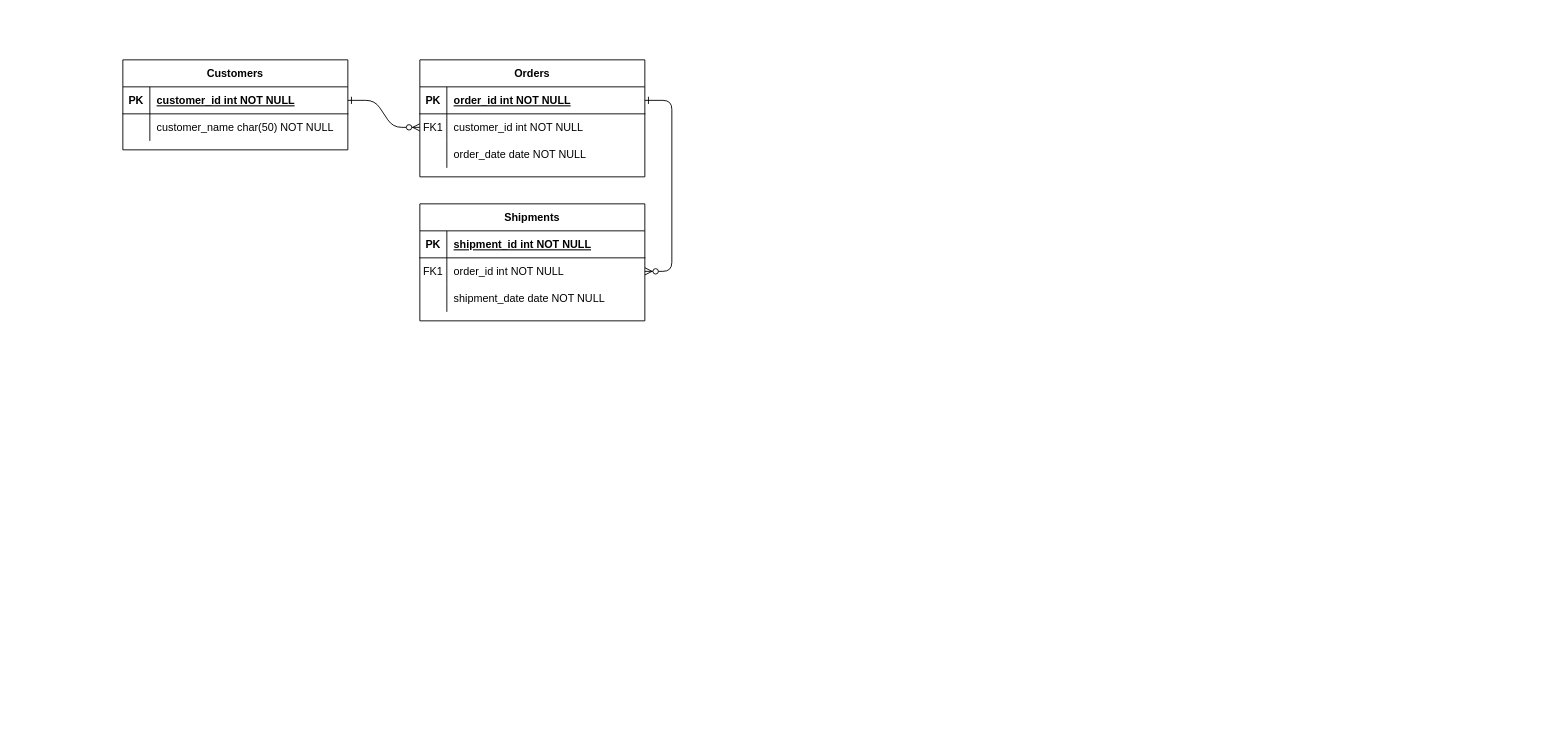
Above: ERD_classwork8.drawio in jacksoes/ERD-HW-11-4 (draw.io), before the change. Source tidied: cells renumbered, new cells numbered last; positions are measured from the earlier drawing's top-left corner, leaving out a move shared by most shapes. Both pictures are drawn from the tidied source at 90%, with x=0, y=0 at pixel (122, 59).
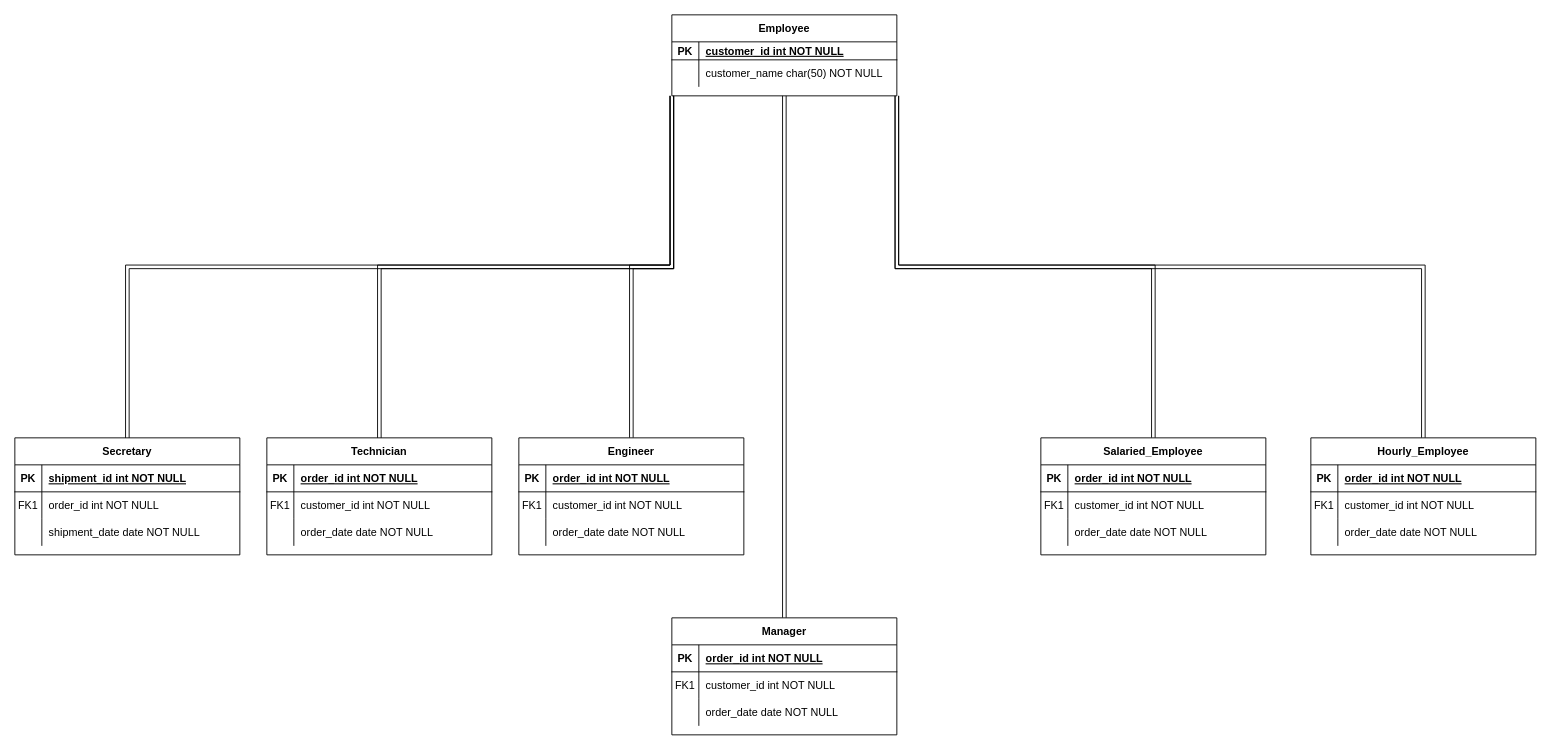
The same diagram, later.

The change refers to these unchanged cells:
```xml
<mxCell id="5" style="shape=partialRectangle;fillColor=none;points=[[0,0.5],[1,0.5]];portConstraint=eastwest;top=0;left=0;right=0;bottom=1;" parent="4" vertex="1">
  <mxGeometry y="30" width="250" height="30" as="geometry" />
</mxCell>
<mxCell id="8" style="shape=partialRectangle;fillColor=none;points=[[0,0.5],[1,0.5]];portConstraint=eastwest;top=0;left=0;right=0;bottom=0;" parent="4" vertex="1">
  <mxGeometry y="60" width="250" height="30" as="geometry" />
</mxCell>
<mxCell id="18" style="shape=partialRectangle;fillColor=none;points=[[0,0.5],[1,0.5]];portConstraint=eastwest;top=0;left=0;right=0;bottom=0;" parent="14" vertex="1">
  <mxGeometry y="60" width="250" height="30" as="geometry" />
</mxCell>
```

Diff of the diagram source:
```diff
@@
-    <mxCell id="2" style="edgeStyle=entityRelationEdgeStyle;endArrow=ERzeroToMany;startArrow=ERone;endFill=1;startFill=0;" parent="1" edge="1" source="25" target="8">
-      <mxGeometry relative="1" as="geometry" />
-    </mxCell>
-    <mxCell id="3" style="edgeStyle=entityRelationEdgeStyle;endArrow=ERzeroToMany;startArrow=ERone;endFill=1;startFill=0;" parent="1" edge="1" source="5" target="18">
-      <mxGeometry relative="1" as="geometry" />
-    </mxCell>
-    <mxCell id="4" value="Orders" style="shape=table;startSize=30;childLayout=tableLayout;rowLines=0;fontStyle=1;align=center;" parent="1" vertex="1">
-      <mxGeometry x="330" width="250" height="130" as="geometry" />
+    <mxCell id="4" value="Technician" style="shape=table;startSize=30;childLayout=tableLayout;rowLines=0;fontStyle=1;align=center;" parent="1" vertex="1">
+      <mxGeometry x="160" y="420" width="250" height="130" as="geometry" />
     </mxCell>
@@
-    <mxCell id="14" value="Shipments" style="shape=table;startSize=30;childLayout=tableLayout;rowLines=0;fontStyle=1;align=center;" parent="1" vertex="1">
-      <mxGeometry x="330" y="160" width="250" height="130" as="geometry" />
+    <mxCell id="14" value="Secretary" style="shape=table;startSize=30;childLayout=tableLayout;rowLines=0;fontStyle=1;align=center;" parent="1" vertex="1">
+      <mxGeometry x="-120" y="420" width="250" height="130" as="geometry" />
     </mxCell>
@@
+    <mxCell id="31" style="edgeStyle=orthogonalEdgeStyle;rounded=0;jettySize=auto;html=1;exitX=0;exitY=1;exitDx=0;exitDy=0;entryX=0.5;entryY=0;entryDx=0;entryDy=0;shape=link;" parent="1" edge="1" source="24" target="14">
+      <mxGeometry relative="1" as="geometry" />
+    </mxCell>
+    <mxCell id="32" style="edgeStyle=orthogonalEdgeStyle;rounded=0;jettySize=auto;html=1;exitX=0;exitY=1;exitDx=0;exitDy=0;entryX=0.5;entryY=0;entryDx=0;entryDy=0;shape=link;" parent="1" edge="1" source="24" target="4">
+      <mxGeometry relative="1" as="geometry" />
+    </mxCell>
+    <mxCell id="33" style="edgeStyle=orthogonalEdgeStyle;rounded=0;jettySize=auto;html=1;exitX=0;exitY=1;exitDx=0;exitDy=0;entryX=0.5;entryY=0;entryDx=0;entryDy=0;shape=link;" parent="1" edge="1" source="24" target="37">
+      <mxGeometry relative="1" as="geometry" />
+    </mxCell>
+    <mxCell id="34" style="edgeStyle=orthogonalEdgeStyle;rounded=0;jettySize=auto;html=1;exitX=0.5;exitY=1;exitDx=0;exitDy=0;entryX=0.5;entryY=0;entryDx=0;entryDy=0;shape=link;" parent="1" edge="1" source="24" target="47">
+      <mxGeometry relative="1" as="geometry" />
+    </mxCell>
+    <mxCell id="35" style="edgeStyle=orthogonalEdgeStyle;rounded=0;jettySize=auto;html=1;exitX=1;exitY=1;exitDx=0;exitDy=0;entryX=0.5;entryY=0;entryDx=0;entryDy=0;shape=link;" parent="1" edge="1" source="24" target="67">
+      <mxGeometry relative="1" as="geometry" />
+    </mxCell>
+    <mxCell id="36" style="edgeStyle=orthogonalEdgeStyle;rounded=0;jettySize=auto;html=1;exitX=1;exitY=1;exitDx=0;exitDy=0;shape=link;" parent="1" edge="1" source="24" target="57">
+      <mxGeometry relative="1" as="geometry" />
+    </mxCell>
-    <mxCell id="24" value="Customers" style="shape=table;startSize=30;childLayout=tableLayout;rowLines=0;fontStyle=1;align=center;" parent="1" vertex="1">
-      <mxGeometry width="250" height="100" as="geometry" />
+    <mxCell id="24" value="Employee" style="shape=table;startSize=30;childLayout=tableLayout;rowLines=0;fontStyle=1;align=center;" parent="1" vertex="1">
+      <mxGeometry x="610" y="-50" width="250" height="90" as="geometry" />
     </mxCell>
     <mxCell id="25" style="shape=partialRectangle;fillColor=none;points=[[0,0.5],[1,0.5]];portConstraint=eastwest;top=0;left=0;right=0;bottom=1;" parent="24" vertex="1">
-      <mxGeometry y="30" width="250" height="30" as="geometry" />
+      <mxGeometry y="30" width="250" height="20" as="geometry" />
     </mxCell>
     <mxCell id="26" value="PK" style="shape=partialRectangle;overflow=hidden;fillColor=none;top=0;left=0;bottom=0;right=0;fontStyle=1;" parent="25" vertex="1">
-      <mxGeometry width="30" height="30" as="geometry" />
+      <mxGeometry width="30" height="20" as="geometry" />
     </mxCell>
     <mxCell id="27" value="customer_id int NOT NULL " style="shape=partialRectangle;overflow=hidden;fillColor=none;top=0;left=0;bottom=0;right=0;align=left;spacingLeft=6;fontStyle=5;" parent="25" vertex="1">
-      <mxGeometry x="30" width="220" height="30" as="geometry" />
+      <mxGeometry x="30" width="220" height="20" as="geometry" />
     </mxCell>
     <mxCell id="28" style="shape=partialRectangle;fillColor=none;top=0;left=0;right=0;bottom=0;" parent="24" vertex="1">
-      <mxGeometry y="60" width="250" height="30" as="geometry" />
+      <mxGeometry y="50" width="250" height="30" as="geometry" />
     </mxCell>
@@
+    <mxCell id="37" value="Engineer" style="shape=table;startSize=30;childLayout=tableLayout;rowLines=0;fontStyle=1;align=center;" parent="1" vertex="1">
+      <mxGeometry x="440" y="420" width="250" height="130" as="geometry" />
+    </mxCell>
+    <mxCell id="38" style="shape=partialRectangle;fillColor=none;top=0;left=0;right=0;bottom=1;" parent="37" vertex="1">
+      <mxGeometry y="30" width="250" height="30" as="geometry" />
+    </mxCell>
+    <mxCell id="39" value="PK" style="shape=partialRectangle;overflow=hidden;fillColor=none;top=0;left=0;bottom=0;right=0;fontStyle=1;" parent="38" vertex="1">
+      <mxGeometry width="30" height="30" as="geometry" />
+    </mxCell>
+    <mxCell id="40" value="order_id int NOT NULL " style="shape=partialRectangle;overflow=hidden;fillColor=none;top=0;left=0;bottom=0;right=0;align=left;spacingLeft=6;fontStyle=5;" parent="38" vertex="1">
+      <mxGeometry x="30" width="220" height="30" as="geometry" />
+    </mxCell>
+    <mxCell id="41" style="shape=partialRectangle;fillColor=none;top=0;left=0;right=0;bottom=0;" parent="37" vertex="1">
+      <mxGeometry y="60" width="250" height="30" as="geometry" />
+    </mxCell>
+    <mxCell id="42" value="FK1" style="shape=partialRectangle;overflow=hidden;fillColor=none;top=0;left=0;bottom=0;right=0;" parent="41" vertex="1">
+      <mxGeometry width="30" height="30" as="geometry" />
+    </mxCell>
+    <mxCell id="43" value="customer_id int NOT NULL" style="shape=partialRectangle;overflow=hidden;fillColor=none;top=0;left=0;bottom=0;right=0;align=left;spacingLeft=6;" parent="41" vertex="1">
+      <mxGeometry x="30" width="220" height="30" as="geometry" />
+    </mxCell>
+    <mxCell id="44" style="shape=partialRectangle;fillColor=none;top=0;left=0;right=0;bottom=0;" parent="37" vertex="1">
+      <mxGeometry y="90" width="250" height="30" as="geometry" />
+    </mxCell>
+    <mxCell id="45" style="shape=partialRectangle;overflow=hidden;fillColor=none;top=0;left=0;bottom=0;right=0;" parent="44" vertex="1">
+      <mxGeometry width="30" height="30" as="geometry" />
+    </mxCell>
+    <mxCell id="46" value="order_date date NOT NULL" style="shape=partialRectangle;overflow=hidden;fillColor=none;top=0;left=0;bottom=0;right=0;align=left;spacingLeft=6;" parent="44" vertex="1">
+      <mxGeometry x="30" width="220" height="30" as="geometry" />
+    </mxCell>
+    <mxCell id="47" value="Manager" style="shape=table;startSize=30;childLayout=tableLayout;rowLines=0;fontStyle=1;align=center;" parent="1" vertex="1">
+      <mxGeometry x="610" y="620" width="250" height="130" as="geometry" />
+    </mxCell>
+    <mxCell id="48" style="shape=partialRectangle;fillColor=none;top=0;left=0;right=0;bottom=1;" parent="47" vertex="1">
+      <mxGeometry y="30" width="250" height="30" as="geometry" />
+    </mxCell>
+    <mxCell id="49" value="PK" style="shape=partialRectangle;overflow=hidden;fillColor=none;top=0;left=0;bottom=0;right=0;fontStyle=1;" parent="48" vertex="1">
+      <mxGeometry width="30" height="30" as="geometry" />
+    </mxCell>
+    <mxCell id="50" value="order_id int NOT NULL " style="shape=partialRectangle;overflow=hidden;fillColor=none;top=0;left=0;bottom=0;right=0;align=left;spacingLeft=6;fontStyle=5;" parent="48" vertex="1">
+      <mxGeometry x="30" width="220" height="30" as="geometry" />
+    </mxCell>
+    <mxCell id="51" style="shape=partialRectangle;fillColor=none;top=0;left=0;right=0;bottom=0;" parent="47" vertex="1">
+      <mxGeometry y="60" width="250" height="30" as="geometry" />
+    </mxCell>
+    <mxCell id="52" value="FK1" style="shape=partialRectangle;overflow=hidden;fillColor=none;top=0;left=0;bottom=0;right=0;" parent="51" vertex="1">
+      <mxGeometry width="30" height="30" as="geometry" />
+    </mxCell>
+    <mxCell id="53" value="customer_id int NOT NULL" style="shape=partialRectangle;overflow=hidden;fillColor=none;top=0;left=0;bottom=0;right=0;align=left;spacingLeft=6;" parent="51" vertex="1">
+      <mxGeometry x="30" width="220" height="30" as="geometry" />
+    </mxCell>
+    <mxCell id="54" style="shape=partialRectangle;fillColor=none;top=0;left=0;right=0;bottom=0;" parent="47" vertex="1">
+      <mxGeometry y="90" width="250" height="30" as="geometry" />
+    </mxCell>
+    <mxCell id="55" style="shape=partialRectangle;overflow=hidden;fillColor=none;top=0;left=0;bottom=0;right=0;" parent="54" vertex="1">
+      <mxGeometry width="30" height="30" as="geometry" />
+    </mxCell>
+    <mxCell id="56" value="order_date date NOT NULL" style="shape=partialRectangle;overflow=hidden;fillColor=none;top=0;left=0;bottom=0;right=0;align=left;spacingLeft=6;" parent="54" vertex="1">
+      <mxGeometry x="30" width="220" height="30" as="geometry" />
+    </mxCell>
+    <mxCell id="57" value="Salaried_Employee" style="shape=table;startSize=30;childLayout=tableLayout;rowLines=0;fontStyle=1;align=center;" parent="1" vertex="1">
+      <mxGeometry x="1020" y="420" width="250" height="130" as="geometry" />
+    </mxCell>
+    <mxCell id="58" style="shape=partialRectangle;fillColor=none;top=0;left=0;right=0;bottom=1;" parent="57" vertex="1">
+      <mxGeometry y="30" width="250" height="30" as="geometry" />
+    </mxCell>
+    <mxCell id="59" value="PK" style="shape=partialRectangle;overflow=hidden;fillColor=none;top=0;left=0;bottom=0;right=0;fontStyle=1;" parent="58" vertex="1">
+      <mxGeometry width="30" height="30" as="geometry" />
+    </mxCell>
+    <mxCell id="60" value="order_id int NOT NULL " style="shape=partialRectangle;overflow=hidden;fillColor=none;top=0;left=0;bottom=0;right=0;align=left;spacingLeft=6;fontStyle=5;" parent="58" vertex="1">
+      <mxGeometry x="30" width="220" height="30" as="geometry" />
+    </mxCell>
+    <mxCell id="61" style="shape=partialRectangle;fillColor=none;top=0;left=0;right=0;bottom=0;" parent="57" vertex="1">
+      <mxGeometry y="60" width="250" height="30" as="geometry" />
+    </mxCell>
+    <mxCell id="62" value="FK1" style="shape=partialRectangle;overflow=hidden;fillColor=none;top=0;left=0;bottom=0;right=0;" parent="61" vertex="1">
+      <mxGeometry width="30" height="30" as="geometry" />
+    </mxCell>
+    <mxCell id="63" value="customer_id int NOT NULL" style="shape=partialRectangle;overflow=hidden;fillColor=none;top=0;left=0;bottom=0;right=0;align=left;spacingLeft=6;" parent="61" vertex="1">
+      <mxGeometry x="30" width="220" height="30" as="geometry" />
+    </mxCell>
+    <mxCell id="64" style="shape=partialRectangle;fillColor=none;top=0;left=0;right=0;bottom=0;" parent="57" vertex="1">
+      <mxGeometry y="90" width="250" height="30" as="geometry" />
+    </mxCell>
+    <mxCell id="65" style="shape=partialRectangle;overflow=hidden;fillColor=none;top=0;left=0;bottom=0;right=0;" parent="64" vertex="1">
+      <mxGeometry width="30" height="30" as="geometry" />
+    </mxCell>
+    <mxCell id="66" value="order_date date NOT NULL" style="shape=partialRectangle;overflow=hidden;fillColor=none;top=0;left=0;bottom=0;right=0;align=left;spacingLeft=6;" parent="64" vertex="1">
+      <mxGeometry x="30" width="220" height="30" as="geometry" />
+    </mxCell>
+    <mxCell id="67" value="Hourly_Employee" style="shape=table;startSize=30;childLayout=tableLayout;rowLines=0;fontStyle=1;align=center;" parent="1" vertex="1">
+      <mxGeometry x="1320" y="420" width="250" height="130" as="geometry" />
+    </mxCell>
+    <mxCell id="68" style="shape=partialRectangle;fillColor=none;top=0;left=0;right=0;bottom=1;" parent="67" vertex="1">
+      <mxGeometry y="30" width="250" height="30" as="geometry" />
+    </mxCell>
+    <mxCell id="69" value="PK" style="shape=partialRectangle;overflow=hidden;fillColor=none;top=0;left=0;bottom=0;right=0;fontStyle=1;" parent="68" vertex="1">
+      <mxGeometry width="30" height="30" as="geometry" />
+    </mxCell>
+    <mxCell id="70" value="order_id int NOT NULL " style="shape=partialRectangle;overflow=hidden;fillColor=none;top=0;left=0;bottom=0;right=0;align=left;spacingLeft=6;fontStyle=5;" parent="68" vertex="1">
+      <mxGeometry x="30" width="220" height="30" as="geometry" />
+    </mxCell>
+    <mxCell id="71" style="shape=partialRectangle;fillColor=none;top=0;left=0;right=0;bottom=0;" parent="67" vertex="1">
+      <mxGeometry y="60" width="250" height="30" as="geometry" />
+    </mxCell>
+    <mxCell id="72" value="FK1" style="shape=partialRectangle;overflow=hidden;fillColor=none;top=0;left=0;bottom=0;right=0;" parent="71" vertex="1">
+      <mxGeometry width="30" height="30" as="geometry" />
+    </mxCell>
+    <mxCell id="73" value="customer_id int NOT NULL" style="shape=partialRectangle;overflow=hidden;fillColor=none;top=0;left=0;bottom=0;right=0;align=left;spacingLeft=6;" parent="71" vertex="1">
+      <mxGeometry x="30" width="220" height="30" as="geometry" />
+    </mxCell>
+    <mxCell id="74" style="shape=partialRectangle;fillColor=none;top=0;left=0;right=0;bottom=0;" parent="67" vertex="1">
+      <mxGeometry y="90" width="250" height="30" as="geometry" />
+    </mxCell>
+    <mxCell id="75" style="shape=partialRectangle;overflow=hidden;fillColor=none;top=0;left=0;bottom=0;right=0;" parent="74" vertex="1">
+      <mxGeometry width="30" height="30" as="geometry" />
+    </mxCell>
+    <mxCell id="76" value="order_date date NOT NULL" style="shape=partialRectangle;overflow=hidden;fillColor=none;top=0;left=0;bottom=0;right=0;align=left;spacingLeft=6;" parent="74" vertex="1">
+      <mxGeometry x="30" width="220" height="30" as="geometry" />
+    </mxCell>
```
